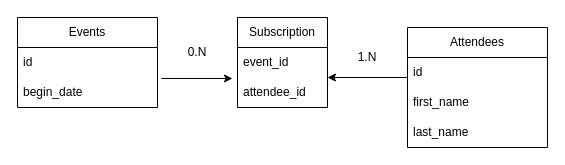
Before: MLD.drawio in philippe-delaval/event-app, a draw.io diagram. Source tidied: cells renumbered, new cells numbered last; positions are measured from the earlier drawing's top-left corner, leaving out a move shared by most shapes. Both pictures are drawn from the tidied source at 100%, with x=0, y=0 at pixel (17, 17).
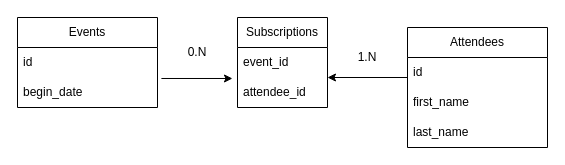
Above is the later version.

Commit message:
doc: add "s" to subscriptions table

The edit, as a diff of the source:
```diff
@@
 <mxGraphModel>
   <root>
     <mxCell id="0" />
     <mxCell id="1" parent="0" />
     <mxCell id="2" value="Events" style="swimlane;fontStyle=0;horizontal=1;startSize=30;whiteSpace=wrap;html=1;" parent="1" vertex="1">
       <mxGeometry width="140" height="90" as="geometry" />
     </mxCell>
     <mxCell id="3" value="id" style="text;strokeColor=none;fillColor=none;align=left;verticalAlign=middle;spacingLeft=4;spacingRight=4;overflow=hidden;whiteSpace=wrap;html=1;" parent="2" vertex="1">
       <mxGeometry y="30" width="140" height="30" as="geometry" />
     </mxCell>
     <mxCell id="4" value="begin_date" style="text;strokeColor=none;fillColor=none;align=left;verticalAlign=middle;spacingLeft=4;spacingRight=4;overflow=hidden;points=[[0,0.5],[1,0.5]];portConstraint=eastwest;whiteSpace=wrap;html=1;" parent="2" vertex="1">
       <mxGeometry y="60" width="140" height="30" as="geometry" />
     </mxCell>
     <mxCell id="5" value="Attendees" style="swimlane;fontStyle=0;horizontal=1;startSize=30;whiteSpace=wrap;html=1;" parent="1" vertex="1">
       <mxGeometry x="390" y="10" width="140" height="120" as="geometry" />
     </mxCell>
     <mxCell id="6" value="id" style="text;strokeColor=none;fillColor=none;align=left;verticalAlign=middle;spacingLeft=4;spacingRight=4;overflow=hidden;whiteSpace=wrap;html=1;" parent="5" vertex="1">
       <mxGeometry y="30" width="140" height="30" as="geometry" />
     </mxCell>
     <mxCell id="7" value="first_name" style="text;strokeColor=none;fillColor=none;align=left;verticalAlign=middle;spacingLeft=4;spacingRight=4;overflow=hidden;whiteSpace=wrap;html=1;" parent="5" vertex="1">
       <mxGeometry y="60" width="140" height="30" as="geometry" />
     </mxCell>
     <mxCell id="8" value="last_name" style="text;strokeColor=none;fillColor=none;align=left;verticalAlign=middle;spacingLeft=4;spacingRight=4;overflow=hidden;whiteSpace=wrap;html=1;" parent="5" vertex="1">
       <mxGeometry y="90" width="140" height="30" as="geometry" />
     </mxCell>
     <mxCell id="9" value="0.N" style="text;html=1;strokeColor=none;fillColor=none;align=center;verticalAlign=middle;whiteSpace=wrap;rounded=0;" parent="1" vertex="1">
       <mxGeometry x="150" y="20" width="60" height="30" as="geometry" />
     </mxCell>
-    <mxCell id="10" value="Subscription" style="swimlane;fontStyle=0;horizontal=1;startSize=30;whiteSpace=wrap;html=1;" parent="1" vertex="1">
+    <mxCell id="10" value="Subscriptions" style="swimlane;fontStyle=0;horizontal=1;startSize=30;whiteSpace=wrap;html=1;" parent="1" vertex="1">
       <mxGeometry x="220" width="90" height="90" as="geometry" />
     </mxCell>
     <mxCell id="11" value="event_id" style="text;strokeColor=none;fillColor=none;align=left;verticalAlign=middle;spacingLeft=4;spacingRight=4;overflow=hidden;whiteSpace=wrap;html=1;" parent="10" vertex="1">
       <mxGeometry y="30" width="90" height="30" as="geometry" />
     </mxCell>
     <mxCell id="12" value="attendee_id" style="text;strokeColor=none;fillColor=none;align=left;verticalAlign=middle;spacingLeft=4;spacingRight=4;overflow=hidden;points=[[0,0.5],[1,0.5]];portConstraint=eastwest;whiteSpace=wrap;html=1;" parent="10" vertex="1">
       <mxGeometry y="60" width="90" height="30" as="geometry" />
     </mxCell>
     <mxCell id="13" style="endArrow=classic;html=1;rounded=0;exitX=1.028;exitY=0.033;exitDx=0;exitDy=0;exitPerimeter=0;entryX=-0.056;entryY=0.033;entryDx=0;entryDy=0;entryPerimeter=0;" parent="1" edge="1" source="4" target="12">
       <mxGeometry relative="1" as="geometry" />
     </mxCell>
     <mxCell id="14" style="endArrow=classic;html=1;rounded=0;" parent="1" edge="1">
       <mxGeometry relative="1" as="geometry">
         <mxPoint x="390" y="60" as="sourcePoint" />
         <mxPoint x="310" y="60" as="targetPoint" />
       </mxGeometry>
     </mxCell>
     <mxCell id="15" value="1.N" style="text;html=1;strokeColor=none;fillColor=none;align=center;verticalAlign=middle;whiteSpace=wrap;rounded=0;" parent="1" vertex="1">
       <mxGeometry x="330" y="30" width="40" height="20" as="geometry" />
     </mxCell>
   </root>
 </mxGraphModel>
```
